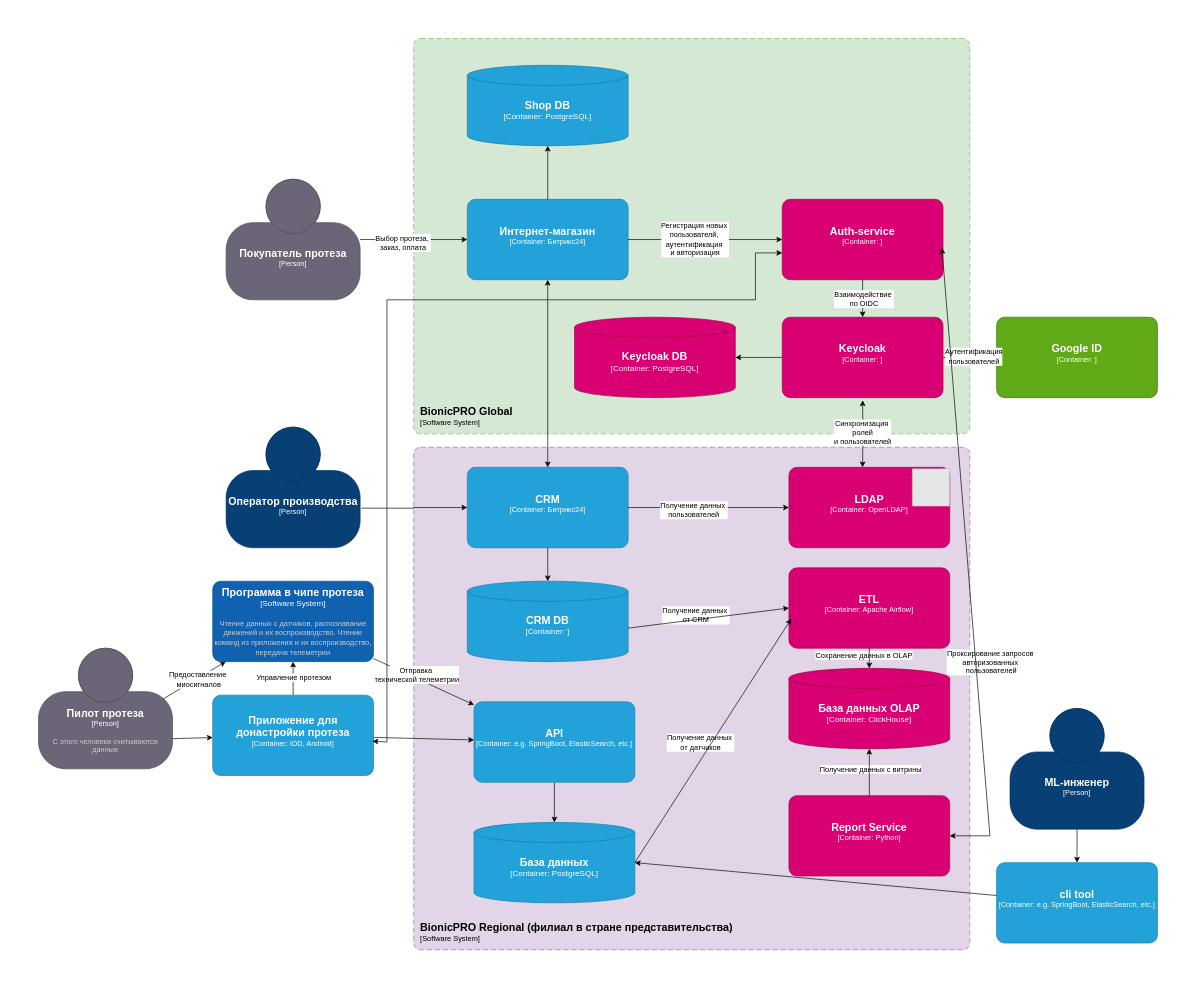
belyaev-a-g/architecture-bionicpro keeps this draw.io diagram as task2/BionicPRO_task2.drawio. Above is the earlier version. Source tidied: cells renumbered, new cells numbered last; positions are measured from the earlier drawing's top-left corner, leaving out a move shared by most shapes. Both pictures are drawn from the tidied source at 67%, with x=0, y=0 at pixel (11, 11). Pictures stored in the file or linked from it are replaced by grey dashed boxes.
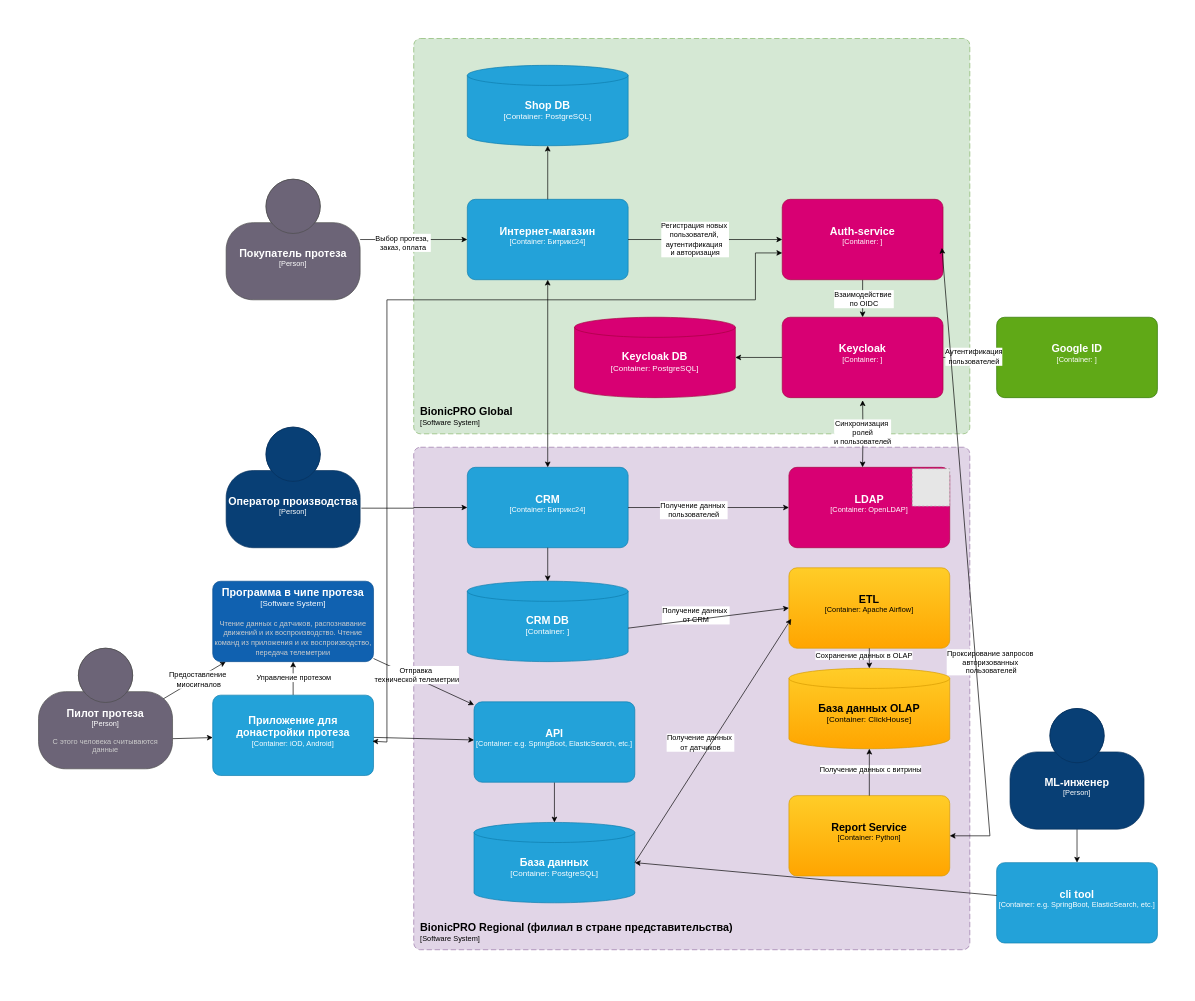
The same diagram, later.

Commit message (it also covers changes not shown here):
Task2. Refactoring: новые блоки сделал другим цветом

Change to the diagram source:
```diff
@@
     <object id="57" label="&lt;font style=&quot;font-size: 16px&quot;&gt;&lt;b&gt;%c4Name%&lt;/b&gt;&lt;/font&gt;&lt;div&gt;[%c4Type%: %c4Technology%]&lt;/div&gt;&lt;br&gt;&lt;div&gt;&lt;font style=&quot;font-size: 11px&quot;&gt;&lt;font color=&quot;#E6E6E6&quot;&gt;%c4Description%&lt;/font&gt;&lt;/div&gt;" c4Description="" c4Name="Report Service" c4Technology="Python" c4Type="Container" placeholders="1">
-      <mxCell style="rounded=1;whiteSpace=wrap;html=1;fontSize=11;labelBackgroundColor=none;fillColor=#d80073;fontColor=#ffffff;align=center;arcSize=10;strokeColor=#A50040;points=[[0.25,0,0],[0.5,0,0],[0.75,0,0],[1,0.25,0],[1,0.5,0],[1,0.75,0],[0.75,1,0],[0.5,1,0],[0.25,1,0],[0,0.75,0],[0,0.5,0],[0,0.25,0]];" parent="1" vertex="1">
+      <mxCell style="rounded=1;whiteSpace=wrap;html=1;fontSize=11;labelBackgroundColor=none;fillColor=#ffcd28;align=center;arcSize=10;strokeColor=#d79b00;points=[[0.25,0,0],[0.5,0,0],[0.75,0,0],[1,0.25,0],[1,0.5,0],[1,0.75,0],[0.75,1,0],[0.5,1,0],[0.25,1,0],[0,0.75,0],[0,0.5,0],[0,0.25,0]];gradientColor=#ffa500;" parent="1" vertex="1">
         <mxGeometry x="1160" y="1170" width="240" height="120" as="geometry" />
       </mxCell>
     </object>
     <object id="58" label="&lt;font style=&quot;font-size: 16px&quot;&gt;&lt;b&gt;%c4Name%&lt;/b&gt;&lt;/font&gt;&lt;div&gt;[%c4Type%: %c4Technology%]&lt;/div&gt;&lt;br&gt;&lt;div&gt;&lt;font style=&quot;font-size: 11px&quot;&gt;&lt;font color=&quot;#E6E6E6&quot;&gt;%c4Description%&lt;/font&gt;&lt;/div&gt;" c4Description="" c4Name="ETL" c4Technology="Apache Airflow" c4Type="Container" placeholders="1">
-      <mxCell style="rounded=1;whiteSpace=wrap;html=1;fontSize=11;labelBackgroundColor=none;fillColor=#d80073;fontColor=#ffffff;align=center;arcSize=10;strokeColor=#A50040;points=[[0.25,0,0],[0.5,0,0],[0.75,0,0],[1,0.25,0],[1,0.5,0],[1,0.75,0],[0.75,1,0],[0.5,1,0],[0.25,1,0],[0,0.75,0],[0,0.5,0],[0,0.25,0]];" parent="1" vertex="1">
+      <mxCell style="rounded=1;whiteSpace=wrap;html=1;fontSize=11;labelBackgroundColor=none;fillColor=#ffcd28;align=center;arcSize=10;strokeColor=#d79b00;points=[[0.25,0,0],[0.5,0,0],[0.75,0,0],[1,0.25,0],[1,0.5,0],[1,0.75,0],[0.75,1,0],[0.5,1,0],[0.25,1,0],[0,0.75,0],[0,0.5,0],[0,0.25,0]];gradientColor=#ffa500;" parent="1" vertex="1">
         <mxGeometry x="1160" y="830" width="240" height="120" as="geometry" />
       </mxCell>
     </object>
     <object id="59" label="&lt;font style=&quot;font-size: 16px&quot;&gt;&lt;b&gt;%c4Name%&lt;/b&gt;&lt;/font&gt;&lt;div&gt;[%c4Type%:&amp;nbsp;%c4Technology%]&lt;/div&gt;&lt;br&gt;&lt;div&gt;&lt;font style=&quot;font-size: 11px&quot;&gt;&lt;font color=&quot;#E6E6E6&quot;&gt;%c4Description%&lt;/font&gt;&lt;/div&gt;" c4Description="" c4Name="База данных OLAP" c4Technology="ClickHouse" c4Type="Container" placeholders="1">
-      <mxCell style="shape=cylinder3;size=15;whiteSpace=wrap;html=1;boundedLbl=1;rounded=0;labelBackgroundColor=none;fillColor=#d80073;fontSize=12;fontColor=#ffffff;align=center;strokeColor=#A50040;points=[[0.5,0,0],[1,0.25,0],[1,0.5,0],[1,0.75,0],[0.5,1,0],[0,0.75,0],[0,0.5,0],[0,0.25,0]];" parent="1" vertex="1">
+      <mxCell style="shape=cylinder3;size=15;whiteSpace=wrap;html=1;boundedLbl=1;rounded=0;labelBackgroundColor=none;fillColor=#ffcd28;fontSize=12;align=center;strokeColor=#d79b00;points=[[0.5,0,0],[1,0.25,0],[1,0.5,0],[1,0.75,0],[0.5,1,0],[0,0.75,0],[0,0.5,0],[0,0.25,0]];gradientColor=#ffa500;" parent="1" vertex="1">
         <mxGeometry x="1160" y="980" width="240" height="120" as="geometry" />
       </mxCell>
     </object>
```
